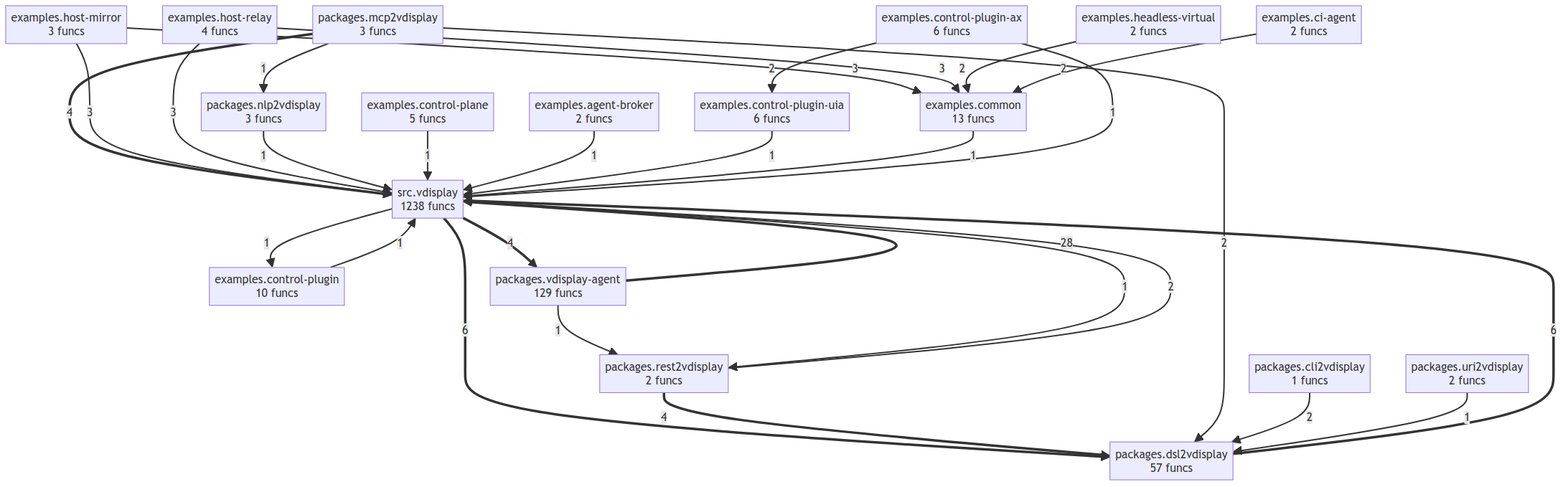
The Mermaid diagram project/compact_flow.png in wronai/vdisplay, before a commit. Its source is kept beside it as project/compact_flow.mmd.
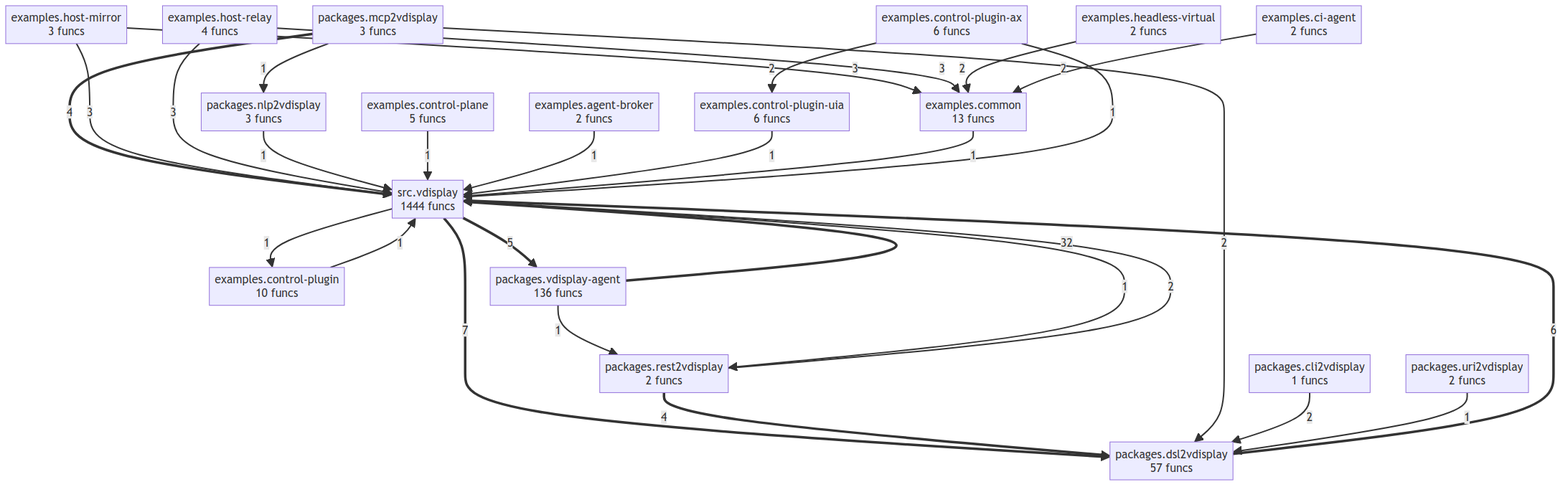
After the commit.

Diff of the diagram source:
```diff
@@ -15,14 +15,14 @@
     packages__nlp2vdisplay["packages.nlp2vdisplay<br/>3 funcs"]
     packages__rest2vdisplay["packages.rest2vdisplay<br/>2 funcs"]
     packages__uri2vdisplay["packages.uri2vdisplay<br/>2 funcs"]
-    packages__vdisplay_agent["packages.vdisplay-agent<br/>129 funcs"]
-    src__vdisplay["src.vdisplay<br/>1238 funcs"]
-    packages__vdisplay_agent ==>|28| src__vdisplay
+    packages__vdisplay_agent["packages.vdisplay-agent<br/>136 funcs"]
+    src__vdisplay["src.vdisplay<br/>1444 funcs"]
+    packages__vdisplay_agent ==>|32| src__vdisplay
+    src__vdisplay ==>|7| packages__dsl2vdisplay
     packages__dsl2vdisplay ==>|6| src__vdisplay
-    src__vdisplay ==>|6| packages__dsl2vdisplay
+    src__vdisplay ==>|5| packages__vdisplay_agent
     packages__mcp2vdisplay ==>|4| src__vdisplay
     packages__rest2vdisplay ==>|4| packages__dsl2vdisplay
-    src__vdisplay ==>|4| packages__vdisplay_agent
     examples__host_mirror -->|3| src__vdisplay
     examples__host_mirror -->|3| examples__common
     examples__host_relay -->|3| src__vdisplay
```
